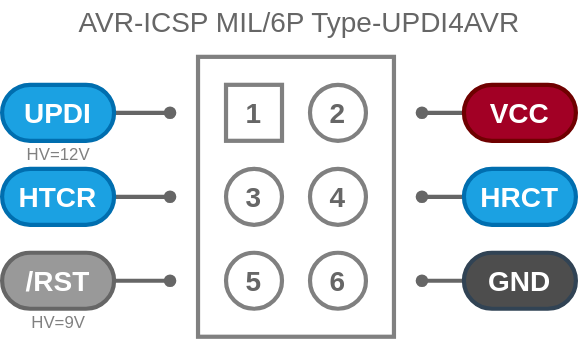
Before: svg/AVR-ICSP-M6P-UPDI4AVR.drawio.svg, a diagram exported from draw.io (askn37/askn37.github.io). Source tidied: cells renumbered, new cells last; positions are measured from the earlier drawing's top-left corner, leaving out a move shared by most shapes.
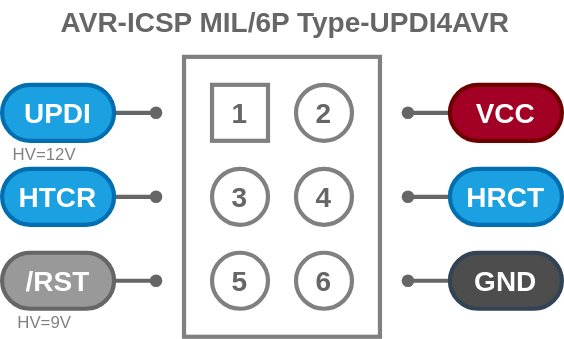
Later version of the same file.

What changed in the source:
```diff
@@ -51,7 +51,7 @@
       </mxGeometry>
     </mxCell>
     <mxCell id="15" value="UPDI" style="rounded=1;whiteSpace=wrap;html=1;fontSize=20;strokeWidth=3;fontStyle=1;fillColor=#1ba1e2;strokeColor=#006EAF;fontColor=#ffffff;arcSize=50;" parent="1" vertex="1">
-      <mxGeometry y="60" width="80" height="40" as="geometry" />
+      <mxGeometry x="10" y="60" width="80" height="40" as="geometry" />
     </mxCell>
     <mxCell id="16" style="edgeStyle=none;html=1;exitX=1;exitY=0.5;exitDx=0;exitDy=0;fontSize=20;fontColor=#FFFFFF;startArrow=none;startFill=0;endArrow=oval;endFill=1;strokeColor=#666666;strokeWidth=3;" parent="1" edge="1">
       <mxGeometry relative="1" as="geometry">
@@ -65,10 +65,10 @@
       </mxGeometry>
     </mxCell>
     <mxCell id="18" value="/RST" style="rounded=1;whiteSpace=wrap;html=1;fontSize=20;strokeWidth=3;fontStyle=1;fillColor=#999999;strokeColor=#666666;fontColor=#ffffff;arcSize=50;" parent="1" vertex="1">
-      <mxGeometry y="180" width="80" height="40" as="geometry" />
+      <mxGeometry x="10" y="180" width="80" height="40" as="geometry" />
     </mxCell>
-    <mxCell id="19" value="AVR-ICSP MIL/6P Type-UPDI4AVR" style="text;html=1;align=center;verticalAlign=middle;strokeColor=none;fillColor=none;fontSize=20;fontColor=#666666;" parent="1" vertex="1">
-      <mxGeometry x="47" width="330" height="30" as="geometry" />
+    <mxCell id="19" value="AVR-ICSP MIL/6P Type-UPDI4AVR" style="text;html=1;align=center;verticalAlign=middle;strokeColor=none;fillColor=none;fontSize=20;fontColor=#666666;fontStyle=1;" parent="1" vertex="1">
+      <mxGeometry x="42" width="340" height="30" as="geometry" />
     </mxCell>
     <mxCell id="20" value="HV=9V" style="text;html=1;align=center;verticalAlign=middle;strokeColor=none;fillColor=none;fontColor=#808080;" parent="1" vertex="1">
       <mxGeometry x="15" y="220" width="50" height="20" as="geometry" />
@@ -77,7 +77,7 @@
       <mxGeometry x="10" y="100" width="60" height="20" as="geometry" />
     </mxCell>
     <mxCell id="22" value="HTCR" style="rounded=1;whiteSpace=wrap;html=1;fontSize=20;strokeWidth=3;fontStyle=1;fillColor=#1ba1e2;strokeColor=#006EAF;fontColor=#ffffff;arcSize=50;" parent="1" vertex="1">
-      <mxGeometry y="120" width="80" height="40" as="geometry" />
+      <mxGeometry x="10" y="120" width="80" height="40" as="geometry" />
     </mxCell>
     <mxCell id="23" value="HRCT" style="rounded=1;whiteSpace=wrap;html=1;fontSize=20;strokeWidth=3;fontStyle=1;fillColor=#1ba1e2;strokeColor=#006EAF;fontColor=#ffffff;arcSize=50;" parent="1" vertex="1">
       <mxGeometry x="330" y="120" width="80" height="40" as="geometry" />
```
